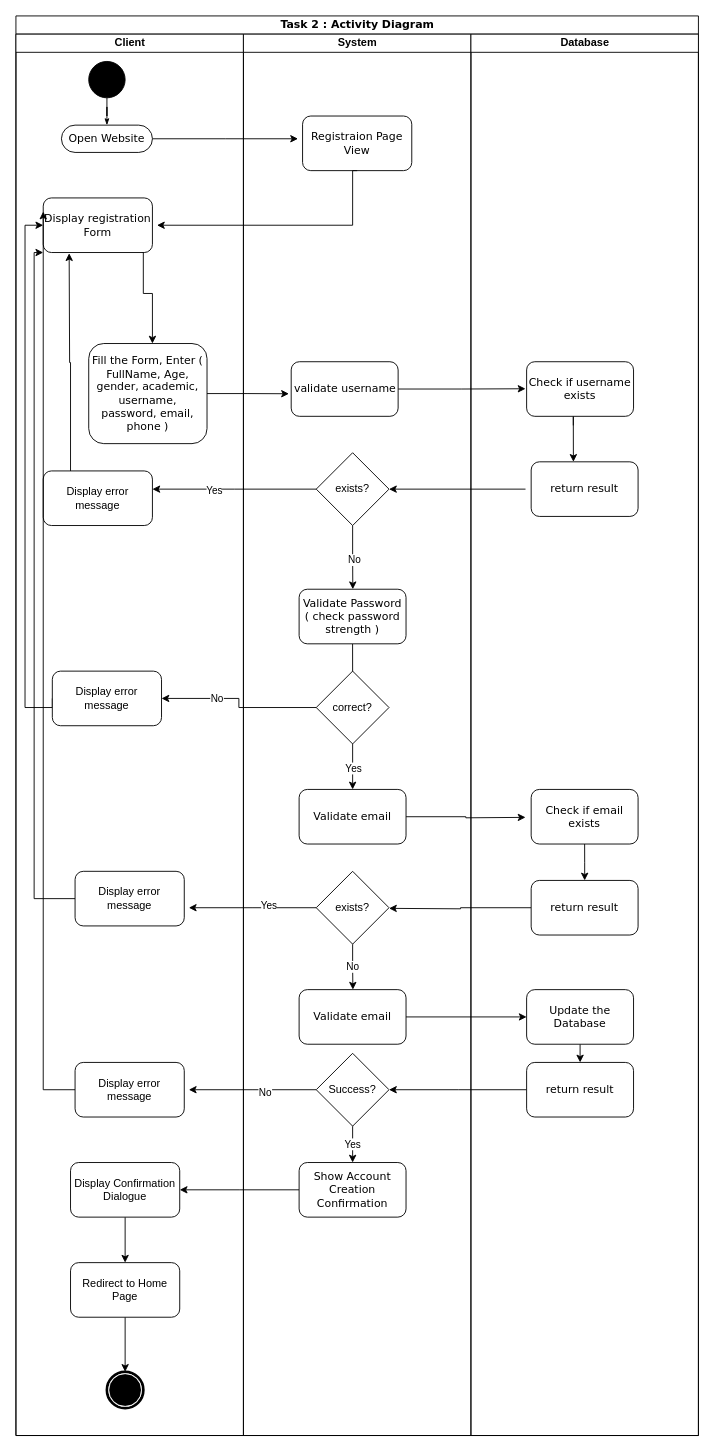
Abood2284/College_UML_diagram keeps this draw.io diagram as Activity Diagram.drawio. Above is the earlier version. Source tidied: cells renumbered, new cells numbered last; positions are measured from the earlier drawing's top-left corner, leaving out a move shared by most shapes. Both pictures are drawn from the tidied source at 91%, with x=0, y=0 at pixel (15, 15).
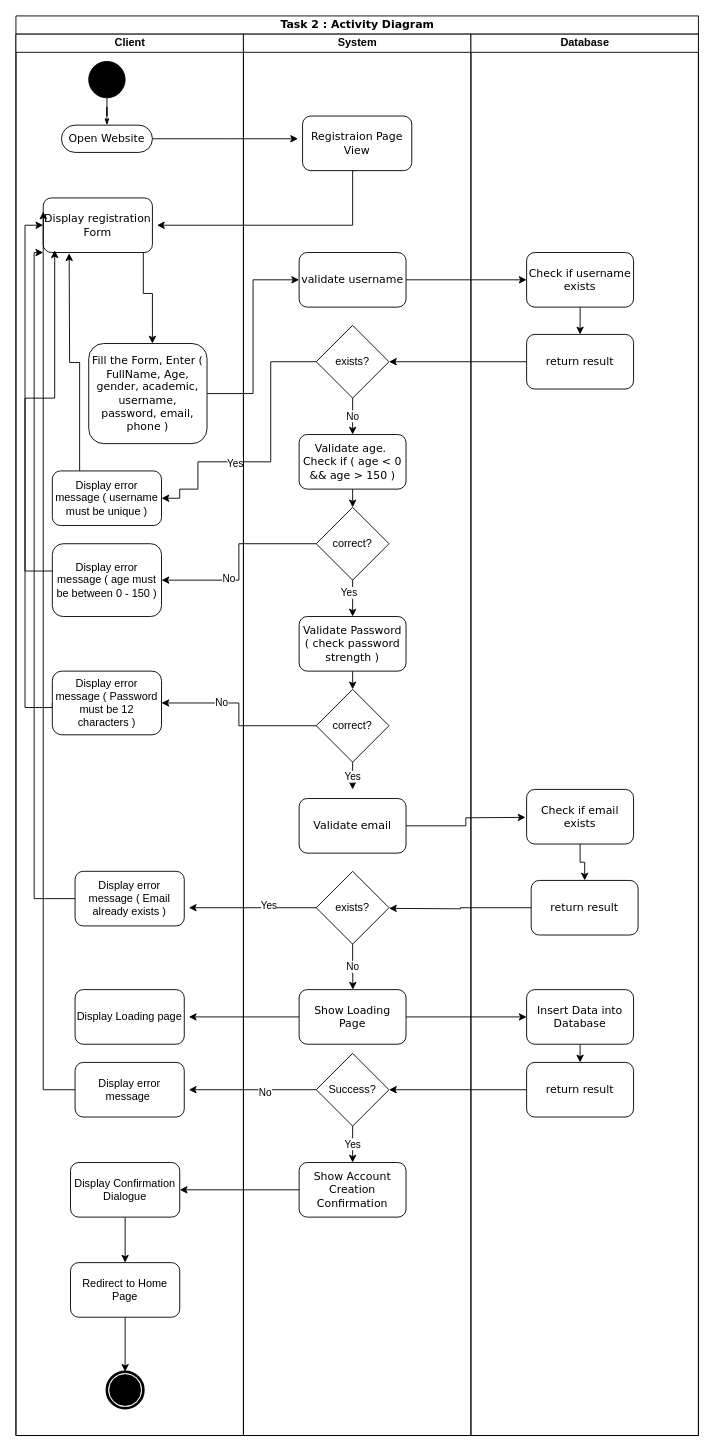
The same page after the edit.

Unchanged cells that the change refers to:
```xml
<mxCell id="2" value="Task 2 : Activity Diagram" style="swimlane;html=1;startSize=20;rounded=0;shadow=0;comic=0;labelBackgroundColor=none;strokeWidth=1;fontFamily=Verdana;fontSize=12;align=center;" parent="1" vertex="1">
  <mxGeometry width="750" height="1560" as="geometry" />
</mxCell>
<mxCell id="3" value="Client" style="swimlane;html=1;startSize=20;" parent="2" vertex="1">
  <mxGeometry y="20" width="250" height="1540" as="geometry" />
</mxCell>
<mxCell id="12" value="&lt;span style=&quot;font-family: Verdana;&quot;&gt;Fill the Form, Enter ( FullName, Age, gender, academic, username, password, email, phone )&lt;/span&gt;" style="rounded=1;whiteSpace=wrap;html=1;" parent="3" vertex="1">
  <mxGeometry x="80" y="340" width="130" height="110" as="geometry" />
</mxCell>
<mxCell id="13" value="&lt;span style=&quot;font-family: Verdana;&quot;&gt;Display registration Form&lt;/span&gt;" style="rounded=1;whiteSpace=wrap;html=1;" parent="3" vertex="1">
  <mxGeometry x="30" y="180" width="120" height="60" as="geometry" />
</mxCell>
<mxCell id="25" value="System" style="swimlane;html=1;startSize=20;" parent="2" vertex="1">
  <mxGeometry x="250" y="20" width="250" height="1540" as="geometry" />
</mxCell>
<mxCell id="38" value="&lt;span style=&quot;font-family: Verdana;&quot;&gt;Registraion Page View&lt;/span&gt;" style="rounded=1;whiteSpace=wrap;html=1;" parent="25" vertex="1">
  <mxGeometry x="65" y="90" width="120" height="60" as="geometry" />
</mxCell>
<mxCell id="57" value="Database" style="swimlane;html=1;startSize=20;" parent="2" vertex="1">
  <mxGeometry x="500" y="20" width="250" height="1540" as="geometry" />
</mxCell>
```

Diff of the diagram source:
```diff
@@
+    <mxCell id="74" style="edgeStyle=orthogonalEdgeStyle;rounded=0;jettySize=auto;html=1;entryX=1;entryY=0.5;entryDx=0;entryDy=0;exitX=0.5;exitY=1;exitDx=0;exitDy=0;" parent="2" edge="1" source="38">
+      <mxGeometry relative="1" as="geometry">
+        <mxPoint x="155" y="230" as="targetPoint" />
+        <Array as="points">
+          <mxPoint x="370" y="170" />
+          <mxPoint x="370" y="230" />
+        </Array>
+      </mxGeometry>
+    </mxCell>
+    <mxCell id="76" style="edgeStyle=orthogonalEdgeStyle;rounded=0;jettySize=auto;html=1;entryX=1;entryY=0.5;entryDx=0;entryDy=0;" parent="2" edge="1" source="43" target="16">
+      <mxGeometry relative="1" as="geometry" />
+    </mxCell>
+    <mxCell id="77" value="No" style="edgeLabel;html=1;align=center;verticalAlign=middle;" parent="76" vertex="1">
+      <mxGeometry x="0.33" y="-1" relative="1" as="geometry" />
+    </mxCell>
+    <mxCell id="78" style="edgeStyle=orthogonalEdgeStyle;rounded=0;jettySize=auto;html=1;entryX=0;entryY=0.5;entryDx=0;entryDy=0;" parent="2" edge="1" source="50" target="71">
+      <mxGeometry relative="1" as="geometry" />
+    </mxCell>
+    <mxCell id="79" style="edgeStyle=orthogonalEdgeStyle;rounded=0;jettySize=auto;html=1;entryX=0;entryY=0.5;entryDx=0;entryDy=0;" parent="2" edge="1" source="12" target="37">
+      <mxGeometry relative="1" as="geometry" />
+    </mxCell>
+    <mxCell id="80" style="edgeStyle=orthogonalEdgeStyle;rounded=0;jettySize=auto;html=1;entryX=0;entryY=0.5;entryDx=0;entryDy=0;" parent="2" edge="1" source="37" target="64">
+      <mxGeometry relative="1" as="geometry" />
+    </mxCell>
+    <mxCell id="81" style="edgeStyle=orthogonalEdgeStyle;rounded=0;jettySize=auto;html=1;entryX=1;entryY=0.5;entryDx=0;entryDy=0;" parent="2" edge="1" source="65" target="35">
+      <mxGeometry relative="1" as="geometry" />
+    </mxCell>
@@
-    <mxCell id="9" value="Display error message" style="rounded=1;whiteSpace=wrap;html=1;" parent="3" vertex="1">
-      <mxGeometry x="30" y="480" width="120" height="60" as="geometry" />
+    <mxCell id="9" value="Display error message ( username must be unique )" style="rounded=1;whiteSpace=wrap;html=1;" parent="3" vertex="1">
+      <mxGeometry x="40" y="480" width="120" height="60" as="geometry" />
     </mxCell>
@@
-    <mxCell id="11" style="edgeStyle=orthogonalEdgeStyle;rounded=0;jettySize=auto;html=1;exitX=1;exitY=0.5;exitDx=0;exitDy=0;" parent="3" edge="1" source="12">
-      <mxGeometry relative="1" as="geometry">
-        <mxPoint x="300" y="395.2" as="targetPoint" />
-      </mxGeometry>
-    </mxCell>
@@
-    <mxCell id="16" value="Display error message" style="rounded=1;whiteSpace=wrap;html=1;" parent="3" vertex="1">
-      <mxGeometry x="40" y="700" width="120" height="60" as="geometry" />
+    <mxCell id="16" value="Display error message ( Password must be 12 characters )" style="rounded=1;whiteSpace=wrap;html=1;" parent="3" vertex="1">
+      <mxGeometry x="40" y="700" width="120" height="70" as="geometry" />
     </mxCell>
@@
-    <mxCell id="18" value="Display error message" style="rounded=1;whiteSpace=wrap;html=1;" parent="3" vertex="1">
+    <mxCell id="18" value="Display error message ( Email already exists )" style="rounded=1;whiteSpace=wrap;html=1;" parent="3" vertex="1">
       <mxGeometry x="65" y="920" width="120" height="60" as="geometry" />
     </mxCell>
@@
-    <mxCell id="20" value="Display error message" style="rounded=1;whiteSpace=wrap;html=1;" parent="3" vertex="1">
+    <mxCell id="20" value="Display error message&amp;nbsp;" style="rounded=1;whiteSpace=wrap;html=1;" parent="3" vertex="1">
       <mxGeometry x="65" y="1130" width="120" height="60" as="geometry" />
     </mxCell>
@@
+    <mxCell id="82" value="Display error message ( age must be between 0 - 150 )" style="rounded=1;whiteSpace=wrap;html=1;" parent="3" vertex="1">
+      <mxGeometry x="40" y="560" width="120" height="80" as="geometry" />
+    </mxCell>
+    <mxCell id="83" style="edgeStyle=orthogonalEdgeStyle;rounded=0;jettySize=auto;html=1;entryX=0.105;entryY=0.96;entryDx=0;entryDy=0;entryPerimeter=0;" parent="3" edge="1" source="82" target="13">
+      <mxGeometry relative="1" as="geometry">
+        <Array as="points">
+          <mxPoint x="10" y="590" />
+          <mxPoint x="10" y="400" />
+          <mxPoint x="43" y="400" />
+        </Array>
+      </mxGeometry>
+    </mxCell>
+    <mxCell id="84" value="Display Loading page" style="rounded=1;whiteSpace=wrap;html=1;" parent="3" vertex="1">
+      <mxGeometry x="65" y="1050" width="120" height="60" as="geometry" />
+    </mxCell>
@@
-    <mxCell id="31" style="edgeStyle=orthogonalEdgeStyle;rounded=0;jettySize=auto;html=1;" parent="25" edge="1" source="35">
-      <mxGeometry relative="1" as="geometry">
-        <mxPoint x="-100" y="500" as="targetPoint" />
-      </mxGeometry>
-    </mxCell>
-    <mxCell id="32" value="Yes" style="edgeLabel;html=1;align=center;verticalAlign=middle;" parent="31" vertex="1">
-      <mxGeometry x="0.25" y="1" relative="1" as="geometry" />
-    </mxCell>
-    <mxCell id="33" style="edgeStyle=orthogonalEdgeStyle;rounded=0;jettySize=auto;html=1;exitX=0.5;exitY=1;exitDx=0;exitDy=0;" parent="25" edge="1" source="35">
-      <mxGeometry relative="1" as="geometry">
-        <mxPoint x="120.2" y="610" as="targetPoint" />
-      </mxGeometry>
-    </mxCell>
-    <mxCell id="34" value="No" style="edgeLabel;html=1;align=center;verticalAlign=middle;" parent="33" vertex="1">
-      <mxGeometry x="-0.01" y="-1" relative="1" as="geometry">
-        <mxPoint x="1" y="1" as="offset" />
-      </mxGeometry>
-    </mxCell>
+    <mxCell id="85" value="No" style="edgeStyle=orthogonalEdgeStyle;rounded=0;jettySize=auto;html=1;" parent="25" edge="1" source="35">
+      <mxGeometry relative="1" as="geometry">
+        <mxPoint x="120" y="440" as="targetPoint" />
+      </mxGeometry>
+    </mxCell>
     <mxCell id="35" value="exists?" style="rhombus;whiteSpace=wrap;html=1;" parent="25" vertex="1">
-      <mxGeometry x="80" y="460" width="80" height="80" as="geometry" />
+      <mxGeometry x="80" y="320" width="80" height="80" as="geometry" />
     </mxCell>
-    <mxCell id="36" style="edgeStyle=orthogonalEdgeStyle;rounded=0;jettySize=auto;html=1;exitX=1;exitY=0.5;exitDx=0;exitDy=0;" parent="25" edge="1" source="37">
-      <mxGeometry relative="1" as="geometry">
-        <mxPoint x="310" y="389.7" as="targetPoint" />
-      </mxGeometry>
-    </mxCell>
     <mxCell id="37" value="&lt;span style=&quot;font-family: Verdana;&quot;&gt;validate username&lt;/span&gt;" style="rounded=1;whiteSpace=wrap;html=1;" parent="25" vertex="1">
-      <mxGeometry x="52.5" y="360" width="117.5" height="60" as="geometry" />
+      <mxGeometry x="61.2" y="240" width="117.5" height="60" as="geometry" />
     </mxCell>
@@
-    <mxCell id="39" style="edgeStyle=orthogonalEdgeStyle;rounded=0;jettySize=auto;html=1;exitX=0.5;exitY=1;exitDx=0;exitDy=0;" parent="25" edge="1" source="40">
-      <mxGeometry relative="1" as="geometry">
-        <mxPoint x="120.3" y="740" as="targetPoint" />
-      </mxGeometry>
-    </mxCell>
+    <mxCell id="86" style="edgeStyle=orthogonalEdgeStyle;rounded=0;jettySize=auto;html=1;entryX=0.5;entryY=0;entryDx=0;entryDy=0;" parent="25" edge="1" source="40" target="43">
+      <mxGeometry relative="1" as="geometry" />
+    </mxCell>
     <mxCell id="40" value="&lt;span style=&quot;font-family: Verdana;&quot;&gt;Validate Password ( check password strength )&lt;/span&gt;" style="rounded=1;whiteSpace=wrap;html=1;" parent="25" vertex="1">
-      <mxGeometry x="61.2" y="610" width="117.5" height="60" as="geometry" />
+      <mxGeometry x="61.2" y="640" width="117.5" height="60" as="geometry" />
     </mxCell>
@@
     <mxCell id="43" value="correct?" style="rhombus;whiteSpace=wrap;html=1;" parent="25" vertex="1">
-      <mxGeometry x="80" y="700" width="80" height="80" as="geometry" />
+      <mxGeometry x="80" y="720" width="80" height="80" as="geometry" />
     </mxCell>
@@
     <mxCell id="45" value="&lt;span style=&quot;font-family: Verdana;&quot;&gt;Validate email&lt;/span&gt;" style="rounded=1;whiteSpace=wrap;html=1;" parent="25" vertex="1">
-      <mxGeometry x="61.2" y="830" width="117.5" height="60" as="geometry" />
+      <mxGeometry x="61.2" y="840" width="117.5" height="60" as="geometry" />
     </mxCell>
@@
+    <mxCell id="87" style="edgeStyle=orthogonalEdgeStyle;rounded=0;jettySize=auto;html=1;" parent="25" edge="1" source="50">
+      <mxGeometry relative="1" as="geometry">
+        <mxPoint x="-60" y="1080" as="targetPoint" />
+      </mxGeometry>
+    </mxCell>
-    <mxCell id="50" value="&lt;span style=&quot;font-family: Verdana;&quot;&gt;Validate email&lt;/span&gt;" style="rounded=1;whiteSpace=wrap;html=1;" parent="25" vertex="1">
+    <mxCell id="50" value="&lt;span style=&quot;font-family: Verdana;&quot;&gt;Show Loading Page&lt;/span&gt;" style="rounded=1;whiteSpace=wrap;html=1;" parent="25" vertex="1">
       <mxGeometry x="61.2" y="1050" width="117.5" height="60" as="geometry" />
     </mxCell>
@@
+    <mxCell id="88" style="edgeStyle=orthogonalEdgeStyle;rounded=0;jettySize=auto;html=1;entryX=0.5;entryY=0;entryDx=0;entryDy=0;" parent="25" edge="1" source="89" target="92">
+      <mxGeometry relative="1" as="geometry" />
+    </mxCell>
+    <mxCell id="89" value="&lt;span style=&quot;font-family: Verdana;&quot;&gt;Validate age.&amp;nbsp;&lt;br&gt;&lt;/span&gt;&lt;span style=&quot;font-family: Verdana;&quot;&gt;Check if ( age &amp;lt; 0 &amp;amp;&amp;amp; age &amp;gt; 150 )&lt;/span&gt;&lt;span style=&quot;font-family: Verdana;&quot;&gt;&lt;br&gt;&lt;/span&gt;" style="rounded=1;whiteSpace=wrap;html=1;" parent="25" vertex="1">
+      <mxGeometry x="61.2" y="440" width="117.5" height="60" as="geometry" />
+    </mxCell>
+    <mxCell id="90" style="edgeStyle=orthogonalEdgeStyle;rounded=0;jettySize=auto;html=1;exitX=0.5;exitY=1;exitDx=0;exitDy=0;" parent="25" edge="1" source="92" target="40">
+      <mxGeometry relative="1" as="geometry" />
+    </mxCell>
+    <mxCell id="91" value="Yes" style="edgeLabel;html=1;align=center;verticalAlign=middle;" parent="90" vertex="1">
+      <mxGeometry x="-0.47" y="-4" relative="1" as="geometry">
+        <mxPoint x="-1" y="2" as="offset" />
+      </mxGeometry>
+    </mxCell>
+    <mxCell id="92" value="correct?" style="rhombus;whiteSpace=wrap;html=1;" parent="25" vertex="1">
+      <mxGeometry x="80" y="520" width="80" height="80" as="geometry" />
+    </mxCell>
@@
-    <mxCell id="63" style="edgeStyle=orthogonalEdgeStyle;rounded=0;orthogonalLoop=1;jettySize=auto;html=1;exitX=0.5;exitY=1;exitDx=0;exitDy=0;" parent="57" edge="1">
-      <mxGeometry relative="1" as="geometry">
-        <mxPoint x="112.5" y="430" as="sourcePoint" />
-        <mxPoint x="112.6" y="470" as="targetPoint" />
-        <Array as="points">
-          <mxPoint x="113" y="420" />
-          <mxPoint x="113" y="420" />
-        </Array>
-      </mxGeometry>
-    </mxCell>
+    <mxCell id="93" style="edgeStyle=orthogonalEdgeStyle;rounded=0;jettySize=auto;html=1;entryX=0.5;entryY=0;entryDx=0;entryDy=0;" parent="57" edge="1" source="64" target="65">
+      <mxGeometry relative="1" as="geometry" />
+    </mxCell>
     <mxCell id="64" value="&lt;span style=&quot;font-family: Verdana;&quot;&gt;Check if username exists&lt;/span&gt;" style="rounded=1;whiteSpace=wrap;html=1;" parent="57" vertex="1">
-      <mxGeometry x="61.2" y="360" width="117.5" height="60" as="geometry" />
+      <mxGeometry x="61.2" y="240" width="117.5" height="60" as="geometry" />
     </mxCell>
     <mxCell id="65" value="&lt;span style=&quot;font-family: Verdana;&quot;&gt;return result&lt;/span&gt;" style="rounded=1;whiteSpace=wrap;html=1;" parent="57" vertex="1">
-      <mxGeometry x="66.2" y="470" width="117.5" height="60" as="geometry" />
+      <mxGeometry x="61.2" y="330" width="117.5" height="60" as="geometry" />
     </mxCell>
@@
     <mxCell id="67" value="&lt;span style=&quot;font-family: Verdana;&quot;&gt;Check if email exists&lt;/span&gt;" style="rounded=1;whiteSpace=wrap;html=1;" parent="57" vertex="1">
-      <mxGeometry x="66.2" y="830" width="117.5" height="60" as="geometry" />
+      <mxGeometry x="61.2" y="830" width="117.5" height="60" as="geometry" />
     </mxCell>
@@
-    <mxCell id="71" value="&lt;span style=&quot;font-family: Verdana;&quot;&gt;Update the Database&lt;/span&gt;" style="rounded=1;whiteSpace=wrap;html=1;" parent="57" vertex="1">
+    <mxCell id="71" value="&lt;span style=&quot;font-family: Verdana;&quot;&gt;Insert Data into Database&lt;/span&gt;" style="rounded=1;whiteSpace=wrap;html=1;" parent="57" vertex="1">
       <mxGeometry x="61.2" y="1050" width="117.5" height="60" as="geometry" />
     </mxCell>
@@
-    <mxCell id="74" style="edgeStyle=orthogonalEdgeStyle;rounded=0;jettySize=auto;html=1;entryX=1;entryY=0.5;entryDx=0;entryDy=0;exitX=0.5;exitY=1;exitDx=0;exitDy=0;" parent="2" edge="1" source="38">
-      <mxGeometry relative="1" as="geometry">
-        <mxPoint x="155" y="230" as="targetPoint" />
-        <Array as="points">
-          <mxPoint x="370" y="170" />
-          <mxPoint x="370" y="230" />
-        </Array>
-      </mxGeometry>
-    </mxCell>
-    <mxCell id="75" style="edgeStyle=orthogonalEdgeStyle;rounded=0;orthogonalLoop=1;jettySize=auto;html=1;exitX=0;exitY=0.5;exitDx=0;exitDy=0;" parent="2" edge="1">
-      <mxGeometry relative="1" as="geometry">
-        <mxPoint x="560" y="520" as="sourcePoint" />
-        <mxPoint x="410" y="520" as="targetPoint" />
-      </mxGeometry>
-    </mxCell>
-    <mxCell id="76" style="edgeStyle=orthogonalEdgeStyle;rounded=0;jettySize=auto;html=1;entryX=1;entryY=0.5;entryDx=0;entryDy=0;" parent="2" edge="1" source="43" target="16">
-      <mxGeometry relative="1" as="geometry" />
-    </mxCell>
-    <mxCell id="77" value="No" style="edgeLabel;html=1;align=center;verticalAlign=middle;" parent="76" vertex="1">
-      <mxGeometry x="0.33" y="-1" relative="1" as="geometry" />
-    </mxCell>
-    <mxCell id="78" style="edgeStyle=orthogonalEdgeStyle;rounded=0;jettySize=auto;html=1;entryX=0;entryY=0.5;entryDx=0;entryDy=0;" parent="2" edge="1" source="50" target="71">
-      <mxGeometry relative="1" as="geometry" />
-    </mxCell>
+    <mxCell id="94" style="edgeStyle=orthogonalEdgeStyle;rounded=0;jettySize=auto;html=1;entryX=1;entryY=0.5;entryDx=0;entryDy=0;" parent="2" edge="1" source="92" target="82">
+      <mxGeometry relative="1" as="geometry" />
+    </mxCell>
+    <mxCell id="34" value="No" style="edgeLabel;html=1;align=center;verticalAlign=middle;" parent="94" vertex="1">
+      <mxGeometry x="0.3" y="-2" relative="1" as="geometry" />
+    </mxCell>
+    <mxCell id="31" style="edgeStyle=orthogonalEdgeStyle;rounded=0;jettySize=auto;html=1;entryX=1;entryY=0.5;entryDx=0;entryDy=0;" parent="2" edge="1" source="35" target="9">
+      <mxGeometry relative="1" as="geometry">
+        <Array as="points">
+          <mxPoint x="280" y="380" />
+          <mxPoint x="280" y="490" />
+          <mxPoint x="200" y="490" />
+          <mxPoint x="200" y="520" />
+          <mxPoint x="180" y="520" />
+          <mxPoint x="180" y="530" />
+        </Array>
+      </mxGeometry>
+    </mxCell>
+    <mxCell id="32" value="Yes" style="edgeLabel;html=1;align=center;verticalAlign=middle;" parent="31" vertex="1">
+      <mxGeometry x="0.25" y="1" relative="1" as="geometry" />
+    </mxCell>
```
